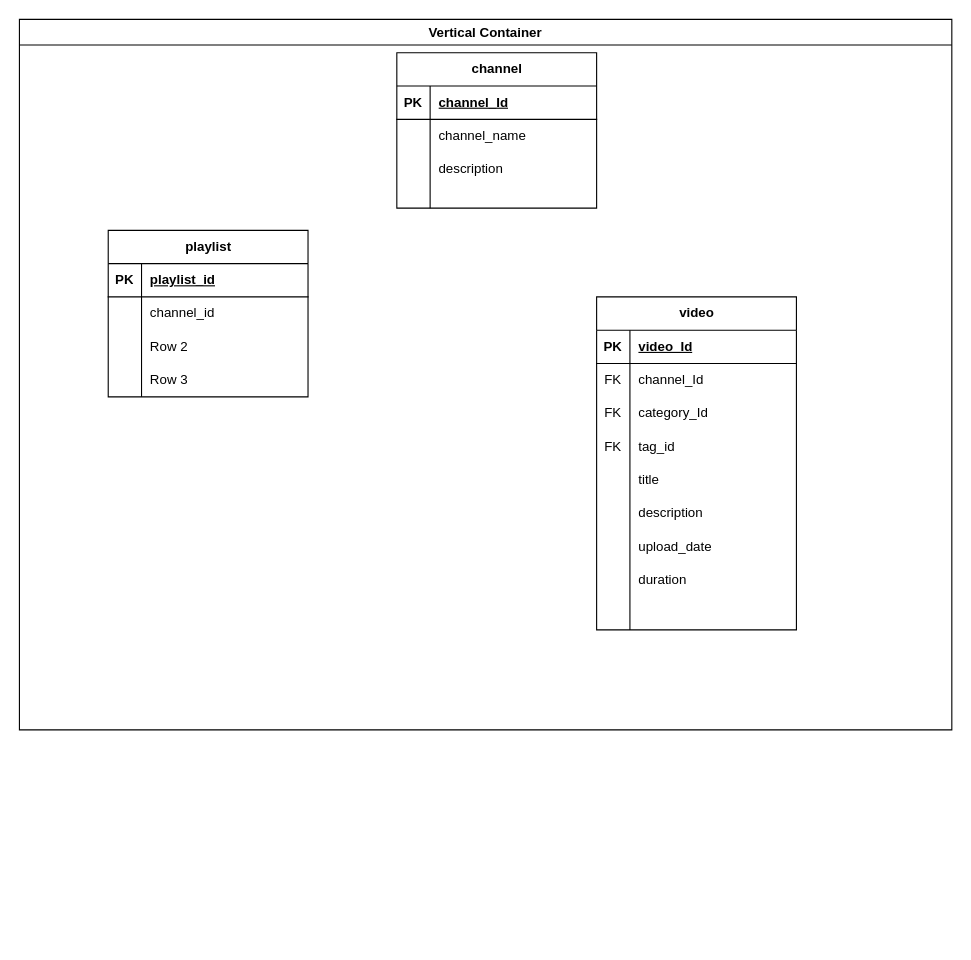
This is youtube_content_management.drawio from HariHaraChandar0715/Data_Warehouse_Learnings, a draw.io file, before an edit. Source tidied: cells renumbered, new cells numbered last; positions are measured from the earlier drawing's top-left corner, leaving out a move shared by most shapes. Both pictures are drawn from the tidied source at 111%, with x=0, y=0 at pixel (19, 19).
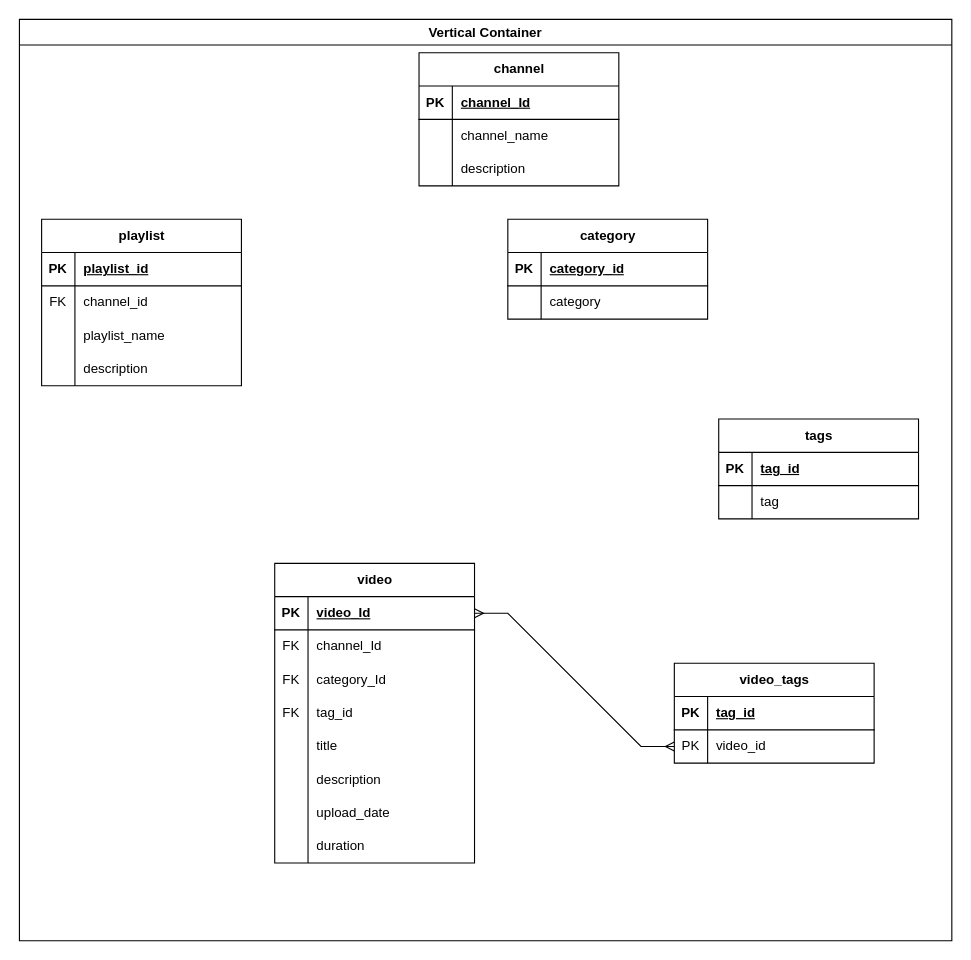
The same diagram, later.

Unchanged cells that the change refers to:
```xml
<mxCell id="17" style="shape=tableRow;horizontal=0;startSize=0;swimlaneHead=0;swimlaneBody=0;fillColor=none;points=[[0,0.5],[1,0.5]];portConstraint=eastwest;top=0;left=0;right=0;bottom=1;" parent="16" vertex="1">
  <mxGeometry y="30" width="180" height="30" as="geometry" />
</mxCell>
<mxCell id="48" style="shape=tableRow;horizontal=0;startSize=0;swimlaneHead=0;swimlaneBody=0;fillColor=none;top=0;left=0;right=0;bottom=0;" parent="44" vertex="1">
  <mxGeometry y="60" width="180" height="30" as="geometry" />
</mxCell>
<mxCell id="51" style="shape=tableRow;horizontal=0;startSize=0;swimlaneHead=0;swimlaneBody=0;fillColor=none;top=0;left=0;right=0;bottom=0;" parent="44" vertex="1">
  <mxGeometry y="90" width="180" height="30" as="geometry" />
</mxCell>
<mxCell id="54" style="shape=tableRow;horizontal=0;startSize=0;swimlaneHead=0;swimlaneBody=0;fillColor=none;top=0;left=0;right=0;bottom=0;" parent="44" vertex="1">
  <mxGeometry y="120" width="180" height="30" as="geometry" />
</mxCell>
```

The edit, as a diff of the source:
```diff
@@
     <mxCell id="2" value="Vertical Container" style="swimlane;whiteSpace=wrap;html=1;" parent="1" vertex="1">
-      <mxGeometry width="840" height="640" as="geometry" />
+      <mxGeometry width="840" height="830" as="geometry" />
     </mxCell>
     <mxCell id="3" value="channel" style="shape=table;startSize=30;childLayout=tableLayout;rowLines=0;fontStyle=1;align=center;html=1;" parent="2" vertex="1">
-      <mxGeometry x="340" y="30" width="180" height="140" as="geometry" />
+      <mxGeometry x="360" y="30" width="180" height="120" as="geometry" />
     </mxCell>
@@
-    <mxCell id="13" style="shape=tableRow;horizontal=0;startSize=0;swimlaneHead=0;swimlaneBody=0;fillColor=none;top=0;left=0;right=0;bottom=0;" parent="3" vertex="1">
-      <mxGeometry y="120" width="180" height="20" as="geometry" />
-    </mxCell>
-    <mxCell id="14" style="shape=partialRectangle;fillColor=none;top=0;left=0;bottom=0;right=0;overflow=hidden;whiteSpace=wrap;html=1;" parent="13" vertex="1">
-      <mxGeometry width="30" height="20" as="geometry" />
-    </mxCell>
-    <mxCell id="15" style="shape=partialRectangle;fillColor=none;top=0;left=0;bottom=0;right=0;align=left;spacingLeft=6;overflow=hidden;whiteSpace=wrap;html=1;" parent="13" vertex="1">
-      <mxGeometry x="30" width="150" height="20" as="geometry" />
-    </mxCell>
     <mxCell id="16" value="video" style="shape=table;startSize=30;childLayout=tableLayout;rowLines=0;fontStyle=1;align=center;html=1;" parent="2" vertex="1">
-      <mxGeometry x="520" y="250" width="180" height="300" as="geometry" />
+      <mxGeometry x="230" y="490" width="180" height="270" as="geometry" />
     </mxCell>
@@
-    <mxCell id="41" style="shape=tableRow;horizontal=0;startSize=0;swimlaneHead=0;swimlaneBody=0;fillColor=none;top=0;left=0;right=0;bottom=0;" parent="16" vertex="1">
-      <mxGeometry y="270" width="180" height="30" as="geometry" />
-    </mxCell>
-    <mxCell id="42" style="shape=partialRectangle;fillColor=none;top=0;left=0;bottom=0;right=0;overflow=hidden;whiteSpace=wrap;html=1;" parent="41" vertex="1">
-      <mxGeometry width="30" height="30" as="geometry" />
-    </mxCell>
-    <mxCell id="43" style="shape=partialRectangle;fillColor=none;top=0;left=0;bottom=0;right=0;align=left;spacingLeft=6;overflow=hidden;whiteSpace=wrap;html=1;" parent="41" vertex="1">
-      <mxGeometry x="30" width="150" height="30" as="geometry" />
-    </mxCell>
     <mxCell id="44" value="playlist" style="shape=table;startSize=30;childLayout=tableLayout;rowLines=0;fontStyle=1;align=center;html=1;" parent="2" vertex="1">
-      <mxGeometry x="80" y="190" width="180" height="150" as="geometry" />
+      <mxGeometry x="20" y="180" width="180" height="150" as="geometry" />
     </mxCell>
@@
-    <mxCell id="49" style="shape=partialRectangle;fillColor=none;top=0;left=0;bottom=0;right=0;overflow=hidden;whiteSpace=wrap;html=1;" parent="48" vertex="1">
+    <mxCell id="49" value="FK" style="shape=partialRectangle;fillColor=none;top=0;left=0;bottom=0;right=0;overflow=hidden;whiteSpace=wrap;html=1;" parent="48" vertex="1">
       <mxGeometry width="30" height="30" as="geometry" />
     </mxCell>
@@
-    <mxCell id="53" value="Row 2" style="shape=partialRectangle;fillColor=none;top=0;left=0;bottom=0;right=0;align=left;spacingLeft=6;overflow=hidden;whiteSpace=wrap;html=1;" parent="51" vertex="1">
+    <mxCell id="53" value="playlist_name" style="shape=partialRectangle;fillColor=none;top=0;left=0;bottom=0;right=0;align=left;spacingLeft=6;overflow=hidden;whiteSpace=wrap;html=1;" parent="51" vertex="1">
       <mxGeometry x="30" width="150" height="30" as="geometry" />
     </mxCell>
@@
-    <mxCell id="56" value="Row 3" style="shape=partialRectangle;fillColor=none;top=0;left=0;bottom=0;right=0;align=left;spacingLeft=6;overflow=hidden;whiteSpace=wrap;html=1;" parent="54" vertex="1">
+    <mxCell id="56" value="description" style="shape=partialRectangle;fillColor=none;top=0;left=0;bottom=0;right=0;align=left;spacingLeft=6;overflow=hidden;whiteSpace=wrap;html=1;" parent="54" vertex="1">
       <mxGeometry x="30" width="150" height="30" as="geometry" />
     </mxCell>
+    <mxCell id="57" value="category" style="shape=table;startSize=30;childLayout=tableLayout;rowLines=0;fontStyle=1;align=center;html=1;" parent="2" vertex="1">
+      <mxGeometry x="440" y="180" width="180" height="90" as="geometry" />
+    </mxCell>
+    <mxCell id="58" style="shape=tableRow;horizontal=0;startSize=0;swimlaneHead=0;swimlaneBody=0;fillColor=none;top=0;left=0;right=0;bottom=1;" parent="57" vertex="1">
+      <mxGeometry y="30" width="180" height="30" as="geometry" />
+    </mxCell>
+    <mxCell id="59" value="PK" style="shape=partialRectangle;fillColor=none;top=0;left=0;bottom=0;right=0;fontStyle=1;overflow=hidden;whiteSpace=wrap;html=1;" parent="58" vertex="1">
+      <mxGeometry width="30" height="30" as="geometry" />
+    </mxCell>
+    <mxCell id="60" value="category_id" style="shape=partialRectangle;fillColor=none;top=0;left=0;bottom=0;right=0;align=left;spacingLeft=6;fontStyle=5;overflow=hidden;whiteSpace=wrap;html=1;" parent="58" vertex="1">
+      <mxGeometry x="30" width="150" height="30" as="geometry" />
+    </mxCell>
+    <mxCell id="61" style="shape=tableRow;horizontal=0;startSize=0;swimlaneHead=0;swimlaneBody=0;fillColor=none;top=0;left=0;right=0;bottom=0;" parent="57" vertex="1">
+      <mxGeometry y="60" width="180" height="30" as="geometry" />
+    </mxCell>
+    <mxCell id="62" style="shape=partialRectangle;fillColor=none;top=0;left=0;bottom=0;right=0;overflow=hidden;whiteSpace=wrap;html=1;" parent="61" vertex="1">
+      <mxGeometry width="30" height="30" as="geometry" />
+    </mxCell>
+    <mxCell id="63" value="category" style="shape=partialRectangle;fillColor=none;top=0;left=0;bottom=0;right=0;align=left;spacingLeft=6;overflow=hidden;whiteSpace=wrap;html=1;" parent="61" vertex="1">
+      <mxGeometry x="30" width="150" height="30" as="geometry" />
+    </mxCell>
+    <mxCell id="64" value="tags" style="shape=table;startSize=30;childLayout=tableLayout;rowLines=0;fontStyle=1;align=center;html=1;" parent="2" vertex="1">
+      <mxGeometry x="630" y="360" width="180" height="90" as="geometry" />
+    </mxCell>
+    <mxCell id="65" style="shape=tableRow;horizontal=0;startSize=0;swimlaneHead=0;swimlaneBody=0;fillColor=none;top=0;left=0;right=0;bottom=1;" parent="64" vertex="1">
+      <mxGeometry y="30" width="180" height="30" as="geometry" />
+    </mxCell>
+    <mxCell id="66" value="PK" style="shape=partialRectangle;fillColor=none;top=0;left=0;bottom=0;right=0;fontStyle=1;overflow=hidden;whiteSpace=wrap;html=1;" parent="65" vertex="1">
+      <mxGeometry width="30" height="30" as="geometry" />
+    </mxCell>
+    <mxCell id="67" value="tag_id" style="shape=partialRectangle;fillColor=none;top=0;left=0;bottom=0;right=0;align=left;spacingLeft=6;fontStyle=5;overflow=hidden;whiteSpace=wrap;html=1;" parent="65" vertex="1">
+      <mxGeometry x="30" width="150" height="30" as="geometry" />
+    </mxCell>
+    <mxCell id="68" style="shape=tableRow;horizontal=0;startSize=0;swimlaneHead=0;swimlaneBody=0;fillColor=none;top=0;left=0;right=0;bottom=0;" parent="64" vertex="1">
+      <mxGeometry y="60" width="180" height="30" as="geometry" />
+    </mxCell>
+    <mxCell id="69" style="shape=partialRectangle;fillColor=none;top=0;left=0;bottom=0;right=0;overflow=hidden;whiteSpace=wrap;html=1;" parent="68" vertex="1">
+      <mxGeometry width="30" height="30" as="geometry" />
+    </mxCell>
+    <mxCell id="70" value="tag" style="shape=partialRectangle;fillColor=none;top=0;left=0;bottom=0;right=0;align=left;spacingLeft=6;overflow=hidden;whiteSpace=wrap;html=1;" parent="68" vertex="1">
+      <mxGeometry x="30" width="150" height="30" as="geometry" />
+    </mxCell>
+    <mxCell id="71" value="video_tags" style="shape=table;startSize=30;childLayout=tableLayout;rowLines=0;fontStyle=1;align=center;html=1;" parent="2" vertex="1">
+      <mxGeometry x="590" y="580" width="180" height="90" as="geometry" />
+    </mxCell>
+    <mxCell id="72" style="shape=tableRow;horizontal=0;startSize=0;swimlaneHead=0;swimlaneBody=0;fillColor=none;top=0;left=0;right=0;bottom=1;" parent="71" vertex="1">
+      <mxGeometry y="30" width="180" height="30" as="geometry" />
+    </mxCell>
+    <mxCell id="73" value="PK" style="shape=partialRectangle;fillColor=none;top=0;left=0;bottom=0;right=0;fontStyle=1;overflow=hidden;whiteSpace=wrap;html=1;" parent="72" vertex="1">
+      <mxGeometry width="30" height="30" as="geometry" />
+    </mxCell>
+    <mxCell id="74" value="tag_id" style="shape=partialRectangle;fillColor=none;top=0;left=0;bottom=0;right=0;align=left;spacingLeft=6;fontStyle=5;overflow=hidden;whiteSpace=wrap;html=1;" parent="72" vertex="1">
+      <mxGeometry x="30" width="150" height="30" as="geometry" />
+    </mxCell>
+    <mxCell id="75" style="shape=tableRow;horizontal=0;startSize=0;swimlaneHead=0;swimlaneBody=0;fillColor=none;points=[[0,0.5],[1,0.5]];portConstraint=eastwest;top=0;left=0;right=0;bottom=0;" parent="71" vertex="1">
+      <mxGeometry y="60" width="180" height="30" as="geometry" />
+    </mxCell>
+    <mxCell id="76" value="PK" style="shape=partialRectangle;fillColor=none;top=0;left=0;bottom=0;right=0;overflow=hidden;whiteSpace=wrap;html=1;" parent="75" vertex="1">
+      <mxGeometry width="30" height="30" as="geometry" />
+    </mxCell>
+    <mxCell id="77" value="video_id" style="shape=partialRectangle;fillColor=none;top=0;left=0;bottom=0;right=0;align=left;spacingLeft=6;overflow=hidden;whiteSpace=wrap;html=1;" parent="75" vertex="1">
+      <mxGeometry x="30" width="150" height="30" as="geometry" />
+    </mxCell>
+    <mxCell id="78" style="edgeStyle=entityRelationEdgeStyle;fontSize=12;html=1;endArrow=ERmany;startArrow=ERmany;rounded=0;exitX=1;exitY=0.5;exitDx=0;exitDy=0;entryX=0;entryY=0.5;entryDx=0;entryDy=0;" parent="2" edge="1" source="17" target="75">
+      <mxGeometry relative="1" as="geometry" />
+    </mxCell>
```
